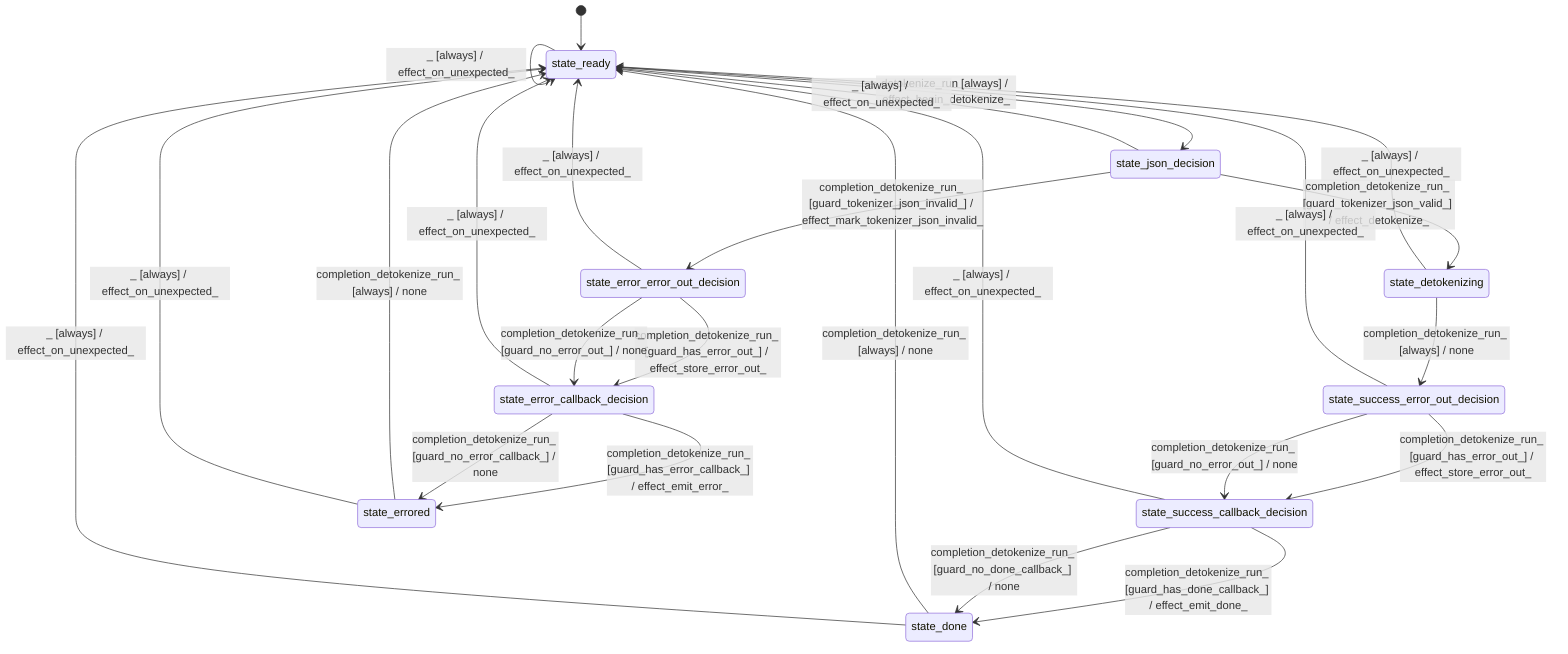
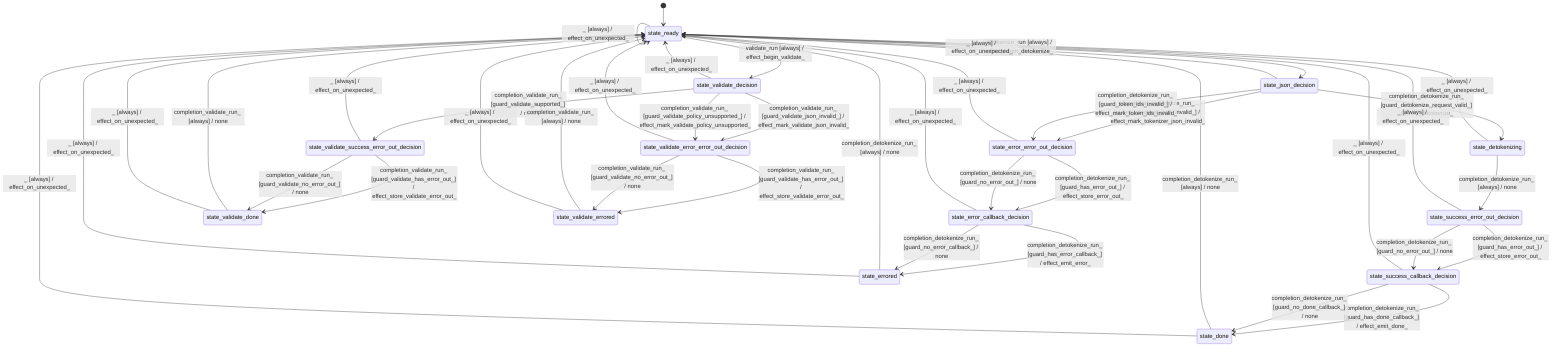
stateDiagram-v2
  direction TB
  [*] --> state_ready
  state_ready --> state_json_decision : detokenize_run [always] / effect_begin_detokenize_
-   state_json_decision --> state_detokenizing : completion_detokenize_run_ [guard_tokenizer_json_valid_] / effect_detokenize_
+   state_json_decision --> state_detokenizing : completion_detokenize_run_ [guard_detokenize_request_valid_] / effect_detokenize_
  state_json_decision --> state_error_error_out_decision : completion_detokenize_run_ [guard_tokenizer_json_invalid_] / effect_mark_tokenizer_json_invalid_
+   state_json_decision --> state_error_error_out_decision : completion_detokenize_run_ [guard_token_ids_invalid_] / effect_mark_token_ids_invalid_
  state_detokenizing --> state_success_error_out_decision : completion_detokenize_run_ [always] / none
  state_success_error_out_decision --> state_success_callback_decision : completion_detokenize_run_ [guard_has_error_out_] / effect_store_error_out_
  state_success_error_out_decision --> state_success_callback_decision : completion_detokenize_run_ [guard_no_error_out_] / none
  state_error_error_out_decision --> state_error_callback_decision : completion_detokenize_run_ [guard_has_error_out_] / effect_store_error_out_
  state_error_error_out_decision --> state_error_callback_decision : completion_detokenize_run_ [guard_no_error_out_] / none
  state_success_callback_decision --> state_done : completion_detokenize_run_ [guard_has_done_callback_] / effect_emit_done_
  state_success_callback_decision --> state_done : completion_detokenize_run_ [guard_no_done_callback_] / none
  state_error_callback_decision --> state_errored : completion_detokenize_run_ [guard_has_error_callback_] / effect_emit_error_
  state_error_callback_decision --> state_errored : completion_detokenize_run_ [guard_no_error_callback_] / none
  state_done --> state_ready : completion_detokenize_run_ [always] / none
  state_errored --> state_ready : completion_detokenize_run_ [always] / none
+   state_ready --> state_validate_decision : validate_run [always] / effect_begin_validate_
+   state_validate_decision --> state_validate_success_error_out_decision : completion_validate_run_ [guard_validate_supported_] / none
+   state_validate_decision --> state_validate_error_error_out_decision : completion_validate_run_ [guard_validate_json_invalid_] / effect_mark_validate_json_invalid_
+   state_validate_decision --> state_validate_error_error_out_decision : completion_validate_run_ [guard_validate_policy_unsupported_] / effect_mark_validate_policy_unsupported_
+   state_validate_success_error_out_decision --> state_validate_done : completion_validate_run_ [guard_validate_has_error_out_] / effect_store_validate_error_out_
+   state_validate_success_error_out_decision --> state_validate_done : completion_validate_run_ [guard_validate_no_error_out_] / none
+   state_validate_error_error_out_decision --> state_validate_errored : completion_validate_run_ [guard_validate_has_error_out_] / effect_store_validate_error_out_
+   state_validate_error_error_out_decision --> state_validate_errored : completion_validate_run_ [guard_validate_no_error_out_] / none
+   state_validate_done --> state_ready : completion_validate_run_ [always] / none
+   state_validate_errored --> state_ready : completion_validate_run_ [always] / none
  state_ready --> state_ready : _ [always] / effect_on_unexpected_
  state_json_decision --> state_ready : _ [always] / effect_on_unexpected_
  state_detokenizing --> state_ready : _ [always] / effect_on_unexpected_
  state_success_error_out_decision --> state_ready : _ [always] / effect_on_unexpected_
  state_success_callback_decision --> state_ready : _ [always] / effect_on_unexpected_
  state_error_error_out_decision --> state_ready : _ [always] / effect_on_unexpected_
  state_error_callback_decision --> state_ready : _ [always] / effect_on_unexpected_
  state_done --> state_ready : _ [always] / effect_on_unexpected_
  state_errored --> state_ready : _ [always] / effect_on_unexpected_
+   state_validate_decision --> state_ready : _ [always] / effect_on_unexpected_
+   state_validate_success_error_out_decision --> state_ready : _ [always] / effect_on_unexpected_
+   state_validate_error_error_out_decision --> state_ready : _ [always] / effect_on_unexpected_
+   state_validate_done --> state_ready : _ [always] / effect_on_unexpected_
+   state_validate_errored --> state_ready : _ [always] / effect_on_unexpected_
